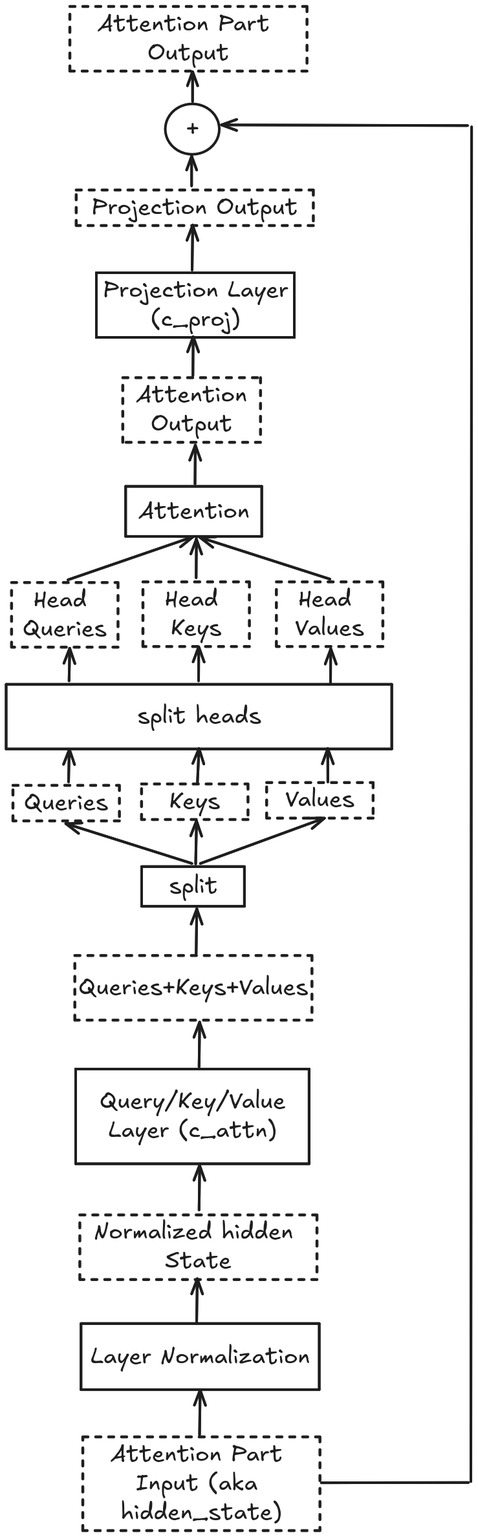
This is _images/attention.png from uhasker/large-language-models, a Excalidraw export, as it was before one commit. Source tidied: one line per element, renumbered; positions are measured from the earlier drawing's top-left corner, leaving out a move shared by most shapes.
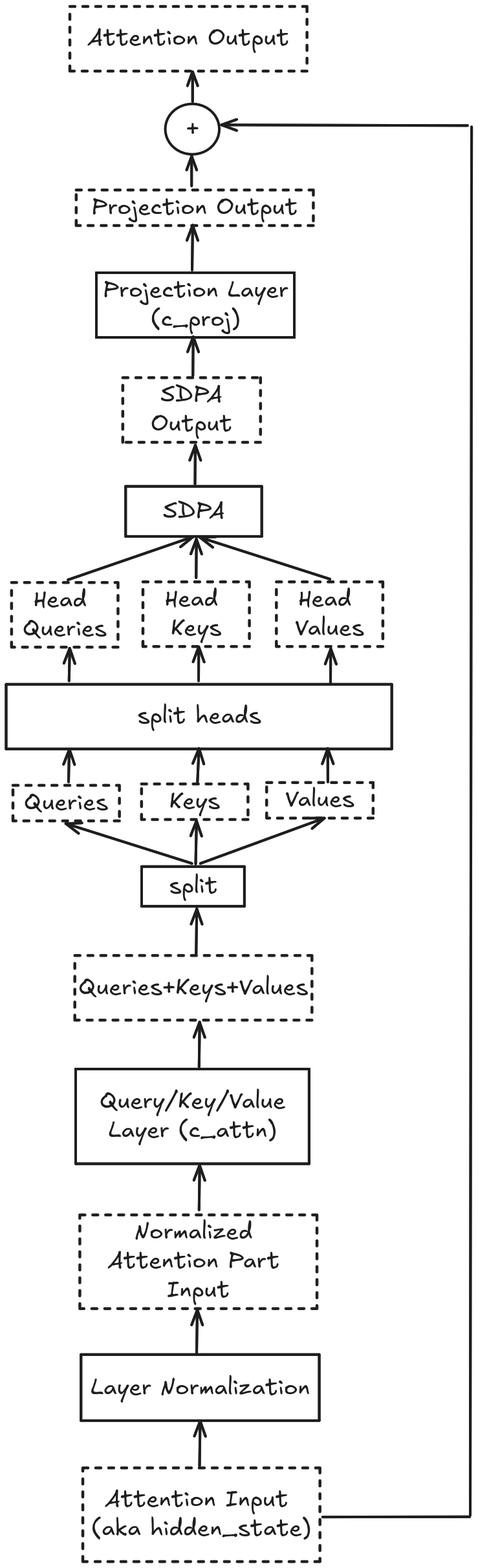
Later version of the same file.

Diff of the diagram source:
```diff
@@ -1,5 +1,5 @@
-{"id": 0, "type": "rectangle", "strokeColor": "#1e1e1e", "strokeWidth": 4, "strokeStyle": "dashed", "roughness": 0, "x": 118, "y": 2213, "width": 367, "height": 145}
+{"id": 0, "type": "rectangle", "strokeColor": "#1e1e1e", "strokeWidth": 4, "strokeStyle": "dashed", "roughness": 0, "x": 118, "y": 2261, "width": 367, "height": 145}
-{"id": 1, "type": "text", "text": "Attention Part \nInput (aka \nhidden_state)", "strokeColor": "#1e1e1e", "strokeWidth": 4, "strokeStyle": "dashed", "roughness": 0, "fontSize": 36, "fontFamily": 5, "textAlign": "center", "verticalAlign": "middle", "inside": 0, "x": 161, "y": 2218, "width": 281, "height": 135}
+{"id": 1, "type": "text", "text": "Attention Input \n(aka hidden_state)", "strokeColor": "#1e1e1e", "strokeWidth": 4, "strokeStyle": "dashed", "roughness": 0, "fontSize": 36, "fontFamily": 5, "textAlign": "center", "verticalAlign": "middle", "inside": 0, "x": 131, "y": 2289, "width": 340, "height": 90}
 {"id": 2, "type": "rectangle", "strokeColor": "#1e1e1e", "strokeWidth": 4, "roughness": 0, "x": 107, "y": 1644, "width": 361, "height": 147}
 {"id": 3, "type": "text", "text": "Query/Key/Value\nLayer (c_attn)", "strokeColor": "#1e1e1e", "strokeWidth": 4, "roughness": 0, "fontSize": 36, "fontFamily": 5, "textAlign": "center", "verticalAlign": "middle", "inside": 2, "x": 144, "y": 1673, "width": 288, "height": 90}
 {"id": 4, "type": "arrow", "strokeColor": "#1e1e1e", "strokeWidth": 4, "roughness": 0, "endArrowhead": "arrow", "round": true, "x": 298, "y": 1863, "width": 1, "height": 69, "points": [[0, 0], [1, -69]]}
@@ -19,7 +19,7 @@
 {"id": 18, "type": "arrow", "strokeColor": "#1e1e1e", "strokeWidth": 4, "roughness": 0, "endArrowhead": "arrow", "round": true, "from": 8, "to": 11, "x": 287, "y": 1326, "width": 195, "height": 62, "points": [[0, 0], [-195, -62]]}
 {"id": 19, "type": "arrow", "strokeColor": "#1e1e1e", "strokeWidth": 4, "roughness": 0, "endArrowhead": "arrow", "round": true, "from": 8, "to": 15, "x": 300, "y": 1326, "width": 192, "height": 70, "points": [[0, 0], [192, -70]]}
 {"id": 20, "type": "rectangle", "strokeColor": "#1e1e1e", "strokeWidth": 4, "roughness": 0, "x": 185, "y": 743, "width": 210, "height": 77}
-{"id": 21, "type": "text", "text": "Attention", "strokeColor": "#1e1e1e", "strokeWidth": 4, "roughness": 0, "fontSize": 36, "fontFamily": 5, "textAlign": "center", "verticalAlign": "middle", "inside": 20, "x": 204, "y": 759, "width": 172, "height": 45}
+{"id": 21, "type": "text", "text": "SDPA", "strokeColor": "#1e1e1e", "strokeWidth": 4, "roughness": 0, "fontSize": 36, "fontFamily": 5, "textAlign": "center", "verticalAlign": "middle", "inside": 20, "x": 242, "y": 759, "width": 96, "height": 45}
 {"id": 22, "type": "arrow", "strokeColor": "#1e1e1e", "strokeWidth": 4, "roughness": 0, "endArrowhead": "arrow", "round": true, "from": 11, "x": 97, "y": 1200, "width": 1, "height": 51, "points": [[0, 0], [1, -51]]}
 {"id": 23, "type": "arrow", "strokeColor": "#1e1e1e", "strokeWidth": 4, "roughness": 0, "endArrowhead": "arrow", "round": true, "from": 13, "to": 32, "x": 296, "y": 1201, "width": 2, "height": 53, "points": [[0, 0], [2, -53]]}
 {"id": 24, "type": "arrow", "strokeColor": "#1e1e1e", "strokeWidth": 4, "roughness": 0, "endArrowhead": "arrow", "round": true, "from": 15, "to": 32, "x": 497, "y": 1200, "width": 0, "height": 52, "points": [[0, 0], [0, -52]]}
@@ -41,23 +41,23 @@
 {"id": 40, "type": "text", "text": "Projection Output", "strokeColor": "#1e1e1e", "strokeWidth": 4, "strokeStyle": "dashed", "roughness": 0, "fontSize": 36, "fontFamily": 5, "textAlign": "center", "verticalAlign": "middle", "inside": 39, "x": 131, "y": 289, "width": 320, "height": 45}
 {"id": 41, "type": "arrow", "strokeColor": "#1e1e1e", "strokeWidth": 4, "roughness": 0, "endArrowhead": "arrow", "round": true, "x": 287, "y": 408, "width": 1, "height": 69, "points": [[0, 0], [1, -69]]}
 {"id": 42, "type": "rectangle", "strokeColor": "#1e1e1e", "strokeWidth": 4, "strokeStyle": "dashed", "roughness": 0, "x": 180, "y": 574, "width": 213, "height": 100}
-{"id": 43, "type": "text", "text": "Attention\nOutput", "strokeColor": "#1e1e1e", "strokeWidth": 4, "strokeStyle": "dashed", "roughness": 0, "fontSize": 36, "fontFamily": 5, "textAlign": "center", "verticalAlign": "middle", "inside": 42, "x": 200, "y": 579, "width": 172, "height": 90}
+{"id": 43, "type": "text", "text": "SDPA\nOutput", "strokeColor": "#1e1e1e", "strokeWidth": 4, "strokeStyle": "dashed", "roughness": 0, "fontSize": 36, "fontFamily": 5, "textAlign": "center", "verticalAlign": "middle", "inside": 42, "x": 223, "y": 579, "width": 126, "height": 90}
 {"id": 44, "type": "arrow", "strokeColor": "#1e1e1e", "strokeWidth": 4, "roughness": 0, "endArrowhead": "arrow", "round": true, "x": 292, "y": 739, "width": 0, "height": 60, "points": [[0, 0], [0, -60]]}
 {"id": 45, "type": "arrow", "strokeColor": "#1e1e1e", "strokeWidth": 4, "roughness": 0, "endArrowhead": "arrow", "round": true, "x": 289, "y": 572, "width": 0, "height": 60, "points": [[0, 0], [0, -60]]}
 {"id": 46, "type": "rectangle", "strokeColor": "#1e1e1e", "strokeWidth": 4, "roughness": 0, "x": 139, "y": 413, "width": 306, "height": 100}
 {"id": 47, "type": "text", "text": "Projection Layer\n(c_proj)", "strokeColor": "#1e1e1e", "strokeWidth": 4, "roughness": 0, "fontSize": 36, "fontFamily": 5, "textAlign": "center", "verticalAlign": "middle", "inside": 46, "x": 148, "y": 418, "width": 289, "height": 90}
-{"id": 48, "type": "line", "strokeColor": "#1e1e1e", "strokeWidth": 4, "roughness": 0, "x": 487, "y": 2285, "width": 227, "height": 0, "points": [[0, 0], [227, 0]]}
+{"id": 48, "type": "line", "strokeColor": "#1e1e1e", "strokeWidth": 4, "roughness": 0, "x": 489, "y": 2338, "width": 227, "height": 0, "points": [[0, 0], [227, 0]]}
-{"id": 49, "type": "line", "strokeColor": "#1e1e1e", "strokeWidth": 4, "roughness": 0, "x": 718, "y": 2283, "width": 1, "height": 2096, "points": [[0, 0], [1, -2096]]}
+{"id": 49, "type": "line", "strokeColor": "#1e1e1e", "strokeWidth": 4, "roughness": 0, "x": 717, "y": 2335, "width": 2, "height": 2148, "points": [[0, 0], [2, -2148]]}
 {"id": 50, "type": "arrow", "strokeColor": "#1e1e1e", "strokeWidth": 4, "roughness": 0, "endArrowhead": "arrow", "round": true, "to": 52, "x": 713, "y": 185, "width": 380, "height": 1, "points": [[0, 0], [-380, -1]]}
 {"id": 51, "type": "arrow", "strokeColor": "#1e1e1e", "strokeWidth": 4, "roughness": 0, "endArrowhead": "arrow", "round": true, "from": 39, "x": 287, "y": 278, "width": 0, "height": 46, "points": [[0, 0], [0, -46]]}
 {"id": 52, "type": "ellipse", "strokeColor": "#1e1e1e", "strokeWidth": 4, "roughness": 0, "x": 246, "y": 151, "width": 84, "height": 78}
 {"id": 53, "type": "text", "text": "+", "strokeColor": "#1e1e1e", "strokeWidth": 4, "roughness": 0, "fontSize": 36, "fontFamily": 5, "textAlign": "center", "verticalAlign": "middle", "inside": 52, "x": 278, "y": 168, "width": 20, "height": 45}
 {"id": 54, "type": "arrow", "strokeColor": "#1e1e1e", "strokeWidth": 4, "roughness": 0, "endArrowhead": "arrow", "round": true, "x": 288, "y": 148, "width": 0, "height": 46, "points": [[0, 0], [0, -46]]}
 {"id": 55, "type": "rectangle", "strokeColor": "#1e1e1e", "strokeWidth": 4, "strokeStyle": "dashed", "roughness": 0, "x": 98, "y": 0, "width": 367, "height": 100}
-{"id": 56, "type": "text", "text": "Attention Part \nOutput", "strokeColor": "#1e1e1e", "strokeWidth": 4, "strokeStyle": "dashed", "roughness": 0, "fontSize": 36, "fontFamily": 5, "textAlign": "center", "verticalAlign": "middle", "inside": 55, "x": 141, "y": 5, "width": 281, "height": 90}
+{"id": 56, "type": "text", "text": "Attention Output", "strokeColor": "#1e1e1e", "strokeWidth": 4, "strokeStyle": "dashed", "roughness": 0, "fontSize": 36, "fontFamily": 5, "textAlign": "center", "verticalAlign": "middle", "inside": 55, "x": 125, "y": 28, "width": 312, "height": 45}
-{"id": 57, "type": "rectangle", "strokeColor": "#1e1e1e", "strokeWidth": 4, "roughness": 0, "x": 116, "y": 2038, "width": 368, "height": 102}
+{"id": 57, "type": "rectangle", "strokeColor": "#1e1e1e", "strokeWidth": 4, "roughness": 0, "x": 116, "y": 2086, "width": 368, "height": 102}
-{"id": 58, "type": "text", "text": "Layer Normalization", "strokeColor": "#1e1e1e", "strokeWidth": 4, "roughness": 0, "fontSize": 36, "fontFamily": 5, "textAlign": "center", "verticalAlign": "middle", "inside": 57, "x": 130, "y": 2067, "width": 339, "height": 45}
+{"id": 58, "type": "text", "text": "Layer Normalization", "strokeColor": "#1e1e1e", "strokeWidth": 4, "roughness": 0, "fontSize": 36, "fontFamily": 5, "textAlign": "center", "verticalAlign": "middle", "inside": 57, "x": 130, "y": 2115, "width": 339, "height": 45}
-{"id": 59, "type": "arrow", "strokeColor": "#1e1e1e", "strokeWidth": 4, "roughness": 0, "endArrowhead": "arrow", "round": true, "x": 299, "y": 2211, "width": 1, "height": 69, "points": [[0, 0], [1, -69]]}
+{"id": 59, "type": "arrow", "strokeColor": "#1e1e1e", "strokeWidth": 4, "roughness": 0, "endArrowhead": "arrow", "round": true, "x": 299, "y": 2259, "width": 1, "height": 69, "points": [[0, 0], [1, -69]]}
-{"id": 60, "type": "rectangle", "strokeColor": "#1e1e1e", "strokeWidth": 4, "strokeStyle": "dashed", "roughness": 0, "x": 113, "y": 1870, "width": 367, "height": 100}
+{"id": 60, "type": "rectangle", "strokeColor": "#1e1e1e", "strokeWidth": 4, "strokeStyle": "dashed", "roughness": 0, "x": 113, "y": 1870, "width": 367, "height": 145}
-{"id": 61, "type": "text", "text": "Normalized hidden \nState", "strokeColor": "#1e1e1e", "strokeWidth": 4, "strokeStyle": "dashed", "roughness": 0, "fontSize": 36, "fontFamily": 5, "textAlign": "center", "verticalAlign": "middle", "inside": 60, "x": 136, "y": 1875, "width": 322, "height": 90}
+{"id": 61, "type": "text", "text": "Normalized \nAttention Part \nInput", "strokeColor": "#1e1e1e", "strokeWidth": 4, "strokeStyle": "dashed", "roughness": 0, "fontSize": 36, "fontFamily": 5, "textAlign": "center", "verticalAlign": "middle", "inside": 60, "x": 156, "y": 1875, "width": 281, "height": 135}
-{"id": 62, "type": "arrow", "strokeColor": "#1e1e1e", "strokeWidth": 4, "roughness": 0, "endArrowhead": "arrow", "round": true, "x": 295, "y": 2038, "width": 1, "height": 69, "points": [[0, 0], [1, -69]]}
+{"id": 62, "type": "arrow", "strokeColor": "#1e1e1e", "strokeWidth": 4, "roughness": 0, "endArrowhead": "arrow", "round": true, "x": 295, "y": 2086, "width": 1, "height": 69, "points": [[0, 0], [1, -69]]}
```
